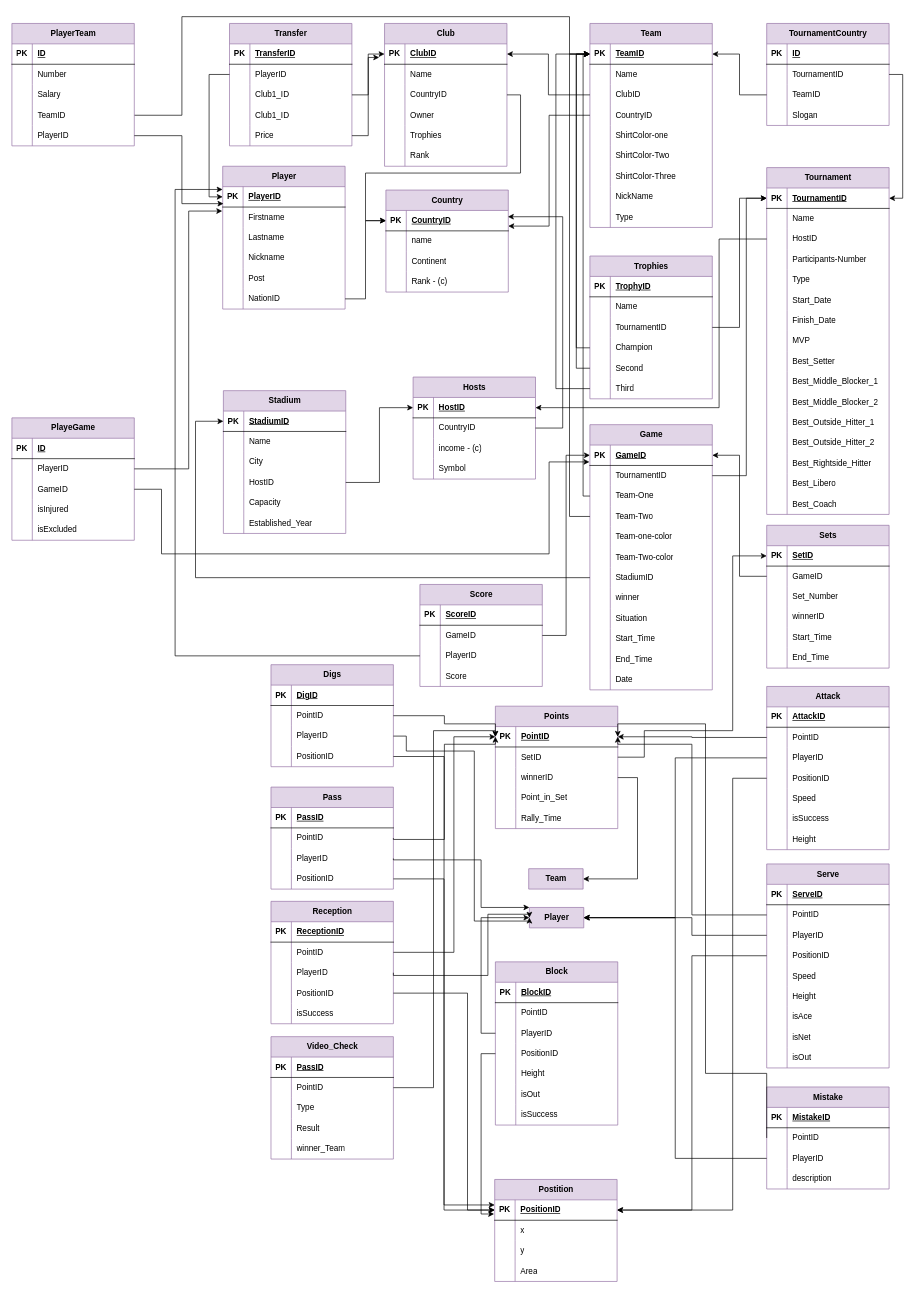
This is page "ER-Diagram" (1 of 2) of DB2_Project_Diagrams.drawio from Matinrezaei/Software-Lab, a draw.io file, before an edit. Source tidied: cells renumbered, new cells numbered last; positions are measured from the earlier drawing's top-left corner, leaving out a move shared by most shapes. Both pictures are drawn from the tidied source at 68%, with x=0, y=0 at pixel (12, 16).
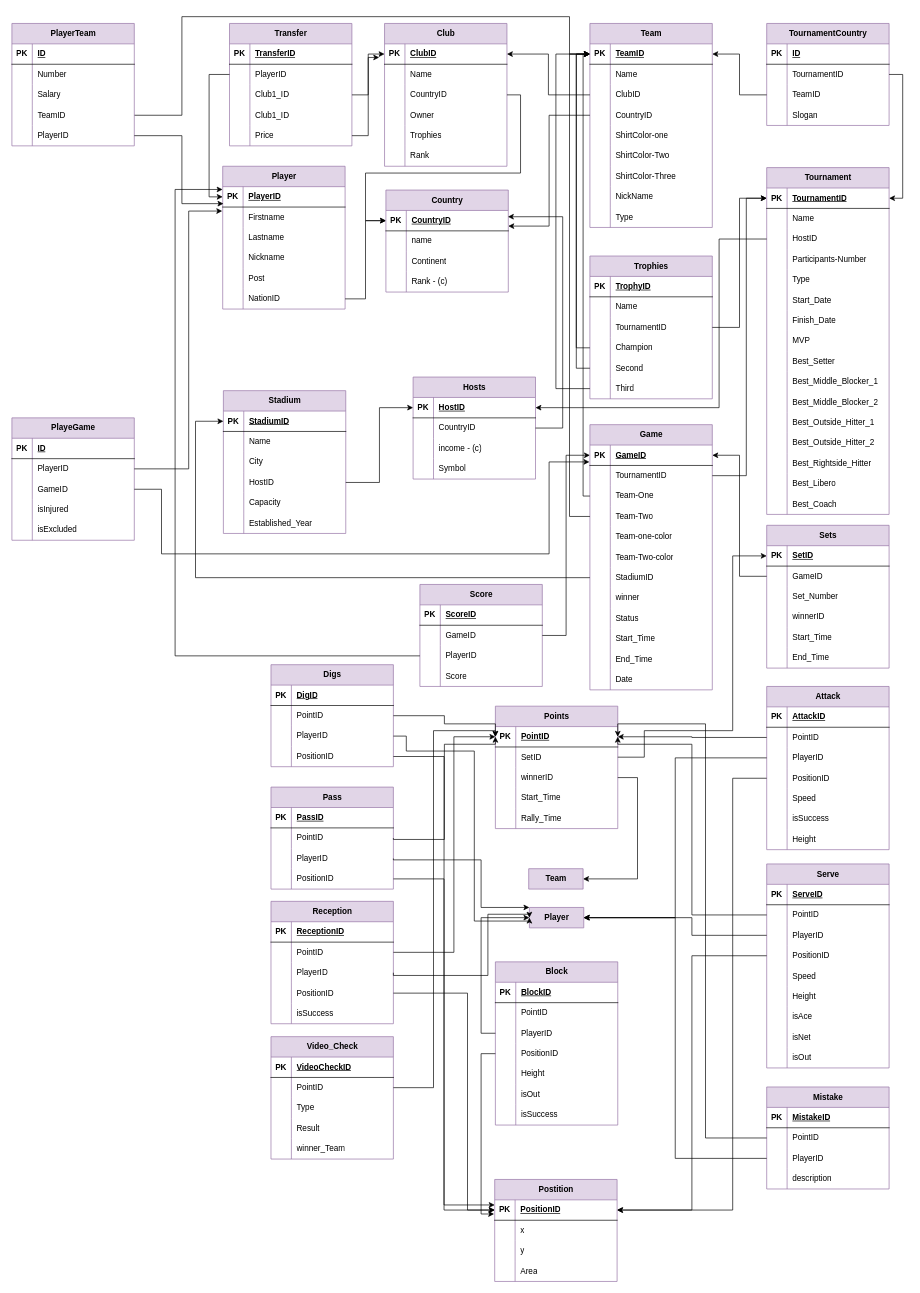
The same page after the edit.

The change refers to these unchanged cells:
```xml
<mxCell id="183" style="shape=tableRow;horizontal=0;startSize=0;swimlaneHead=0;swimlaneBody=0;fillColor=none;points=[[0,0.5],[1,0.5]];portConstraint=eastwest;top=0;left=0;right=0;bottom=1;" parent="182" vertex="1">
  <mxGeometry y="30" width="180" height="30" as="geometry" />
</mxCell>
<mxCell id="192" style="shape=tableRow;horizontal=0;startSize=0;swimlaneHead=0;swimlaneBody=0;fillColor=none;top=0;left=0;right=0;bottom=0;" parent="182" vertex="1">
  <mxGeometry y="120" width="180" height="30" as="geometry" />
</mxCell>
<mxCell id="268" style="shape=tableRow;horizontal=0;startSize=0;swimlaneHead=0;swimlaneBody=0;fillColor=none;top=0;left=0;right=0;bottom=0;" parent="243" vertex="1">
  <mxGeometry y="270" width="180" height="30" as="geometry" />
</mxCell>
<mxCell id="428" style="shape=tableRow;horizontal=0;startSize=0;swimlaneHead=0;swimlaneBody=0;fillColor=none;points=[[0,0.5],[1,0.5]];portConstraint=eastwest;top=0;left=0;right=0;bottom=0;" parent="424" vertex="1">
  <mxGeometry y="60" width="180" height="30" as="geometry" />
</mxCell>
<mxCell id="447" style="shape=tableRow;horizontal=0;startSize=0;swimlaneHead=0;swimlaneBody=0;fillColor=none;top=0;left=0;right=0;bottom=1;" parent="446" vertex="1">
  <mxGeometry y="30" width="180" height="30" as="geometry" />
</mxCell>
```

Diff of the diagram source:
```diff
@@
-    <mxCell id="194" value="Point_in_Set" style="shape=partialRectangle;fillColor=none;top=0;left=0;bottom=0;right=0;align=left;spacingLeft=6;overflow=hidden;whiteSpace=wrap;html=1;" parent="192" vertex="1">
+    <mxCell id="194" value="Start_Time" style="shape=partialRectangle;fillColor=none;top=0;left=0;bottom=0;right=0;align=left;spacingLeft=6;overflow=hidden;whiteSpace=wrap;html=1;" parent="192" vertex="1">
       <mxGeometry x="30" width="150" height="30" as="geometry" />
     </mxCell>
@@
-    <mxCell id="270" value="Situation" style="shape=partialRectangle;fillColor=none;top=0;left=0;bottom=0;right=0;align=left;spacingLeft=6;overflow=hidden;whiteSpace=wrap;html=1;" parent="268" vertex="1">
+    <mxCell id="270" value="Status" style="shape=partialRectangle;fillColor=none;top=0;left=0;bottom=0;right=0;align=left;spacingLeft=6;overflow=hidden;whiteSpace=wrap;html=1;" parent="268" vertex="1">
       <mxGeometry x="30" width="150" height="30" as="geometry" />
     </mxCell>
@@
     <mxCell id="437" style="edgeStyle=orthogonalEdgeStyle;rounded=0;jettySize=auto;html=1;entryX=1;entryY=0.5;entryDx=0;entryDy=0;exitX=0;exitY=0.5;exitDx=0;exitDy=0;" parent="1" edge="1" source="428" target="183">
       <mxGeometry relative="1" as="geometry">
         <Array as="points">
-          <mxPoint x="1020" y="1554" />
+          <mxPoint x="1020" y="1649" />
           <mxPoint x="1020" y="1040" />
           <mxPoint x="891" y="1040" />
         </Array>
       </mxGeometry>
     </mxCell>
@@
-    <mxCell id="449" value="PassID" style="shape=partialRectangle;fillColor=none;top=0;left=0;bottom=0;right=0;align=left;spacingLeft=6;fontStyle=5;overflow=hidden;whiteSpace=wrap;html=1;" parent="447" vertex="1">
+    <mxCell id="449" value="VideoCheckID" style="shape=partialRectangle;fillColor=none;top=0;left=0;bottom=0;right=0;align=left;spacingLeft=6;fontStyle=5;overflow=hidden;whiteSpace=wrap;html=1;" parent="447" vertex="1">
       <mxGeometry x="30" width="150" height="30" as="geometry" />
     </mxCell>
```
